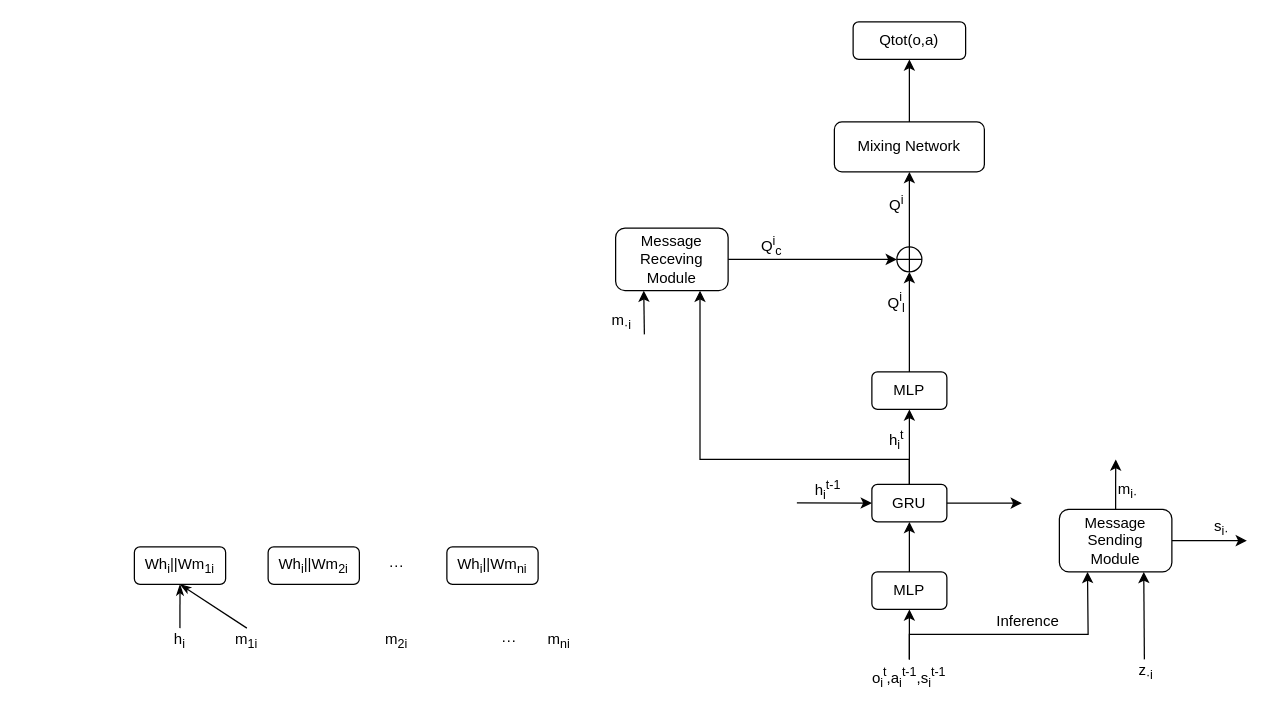
fan-zine/drawio keeps this draw.io diagram as network.drawio. Above is the earlier version. Source tidied: cells renumbered, new cells numbered last; positions are measured from the earlier drawing's top-left corner, leaving out a move shared by most shapes. Both pictures are drawn from the tidied source at 125%, with x=0, y=0 at pixel (134, 21).
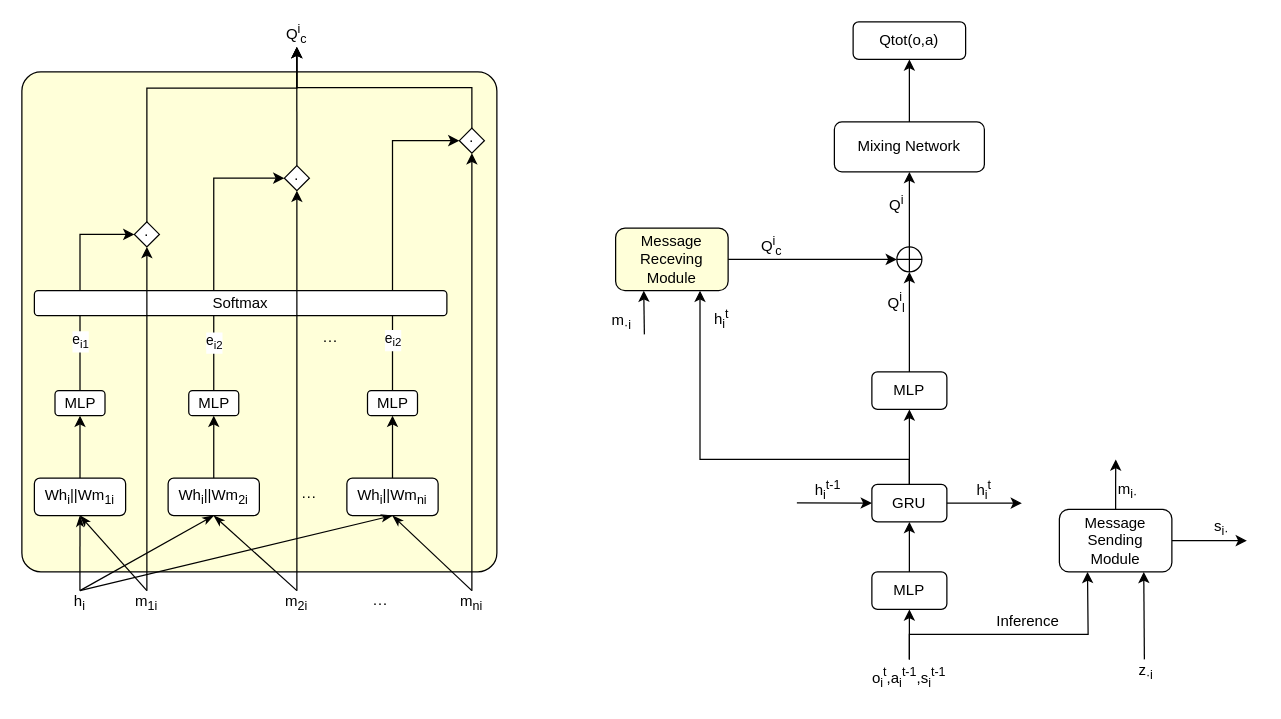
After the change.

Change to the diagram source:
```diff
@@
+    <mxCell id="47" style="rounded=1;whiteSpace=wrap;html=1;strokeColor=#000000;align=center;verticalAlign=middle;fontFamily=Helvetica;fontSize=12;fillColor=#ffffd9;shadow=0;glass=0;arcSize=4;" parent="1" vertex="1">
+      <mxGeometry x="-90" y="40" width="380" height="400" as="geometry" />
+    </mxCell>
+    <mxCell id="48" style="endArrow=classic;html=1;rounded=0;exitX=0.5;exitY=0;exitDx=0;exitDy=0;entryX=0;entryY=0.5;entryDx=0;entryDy=0;edgeStyle=orthogonalEdgeStyle;" parent="1" edge="1" source="62" target="69">
+      <mxGeometry relative="1" as="geometry" />
+    </mxCell>
+    <mxCell id="49" value="e&lt;sub&gt;i2&lt;/sub&gt;" style="edgeLabel;html=1;align=center;verticalAlign=middle;" parent="48" vertex="1">
+      <mxGeometry relative="1" as="geometry">
+        <mxPoint y="86" as="offset" />
+      </mxGeometry>
+    </mxCell>
+    <mxCell id="50" style="endArrow=classic;html=1;rounded=0;exitX=0.5;exitY=0;exitDx=0;exitDy=0;entryX=0;entryY=0.5;entryDx=0;entryDy=0;edgeStyle=orthogonalEdgeStyle;" parent="1" edge="1" source="61" target="71">
+      <mxGeometry relative="1" as="geometry" />
+    </mxCell>
+    <mxCell id="51" value="e&lt;sub&gt;i2&lt;/sub&gt;" style="edgeLabel;html=1;align=center;verticalAlign=middle;" parent="50" vertex="1">
+      <mxGeometry relative="1" as="geometry">
+        <mxPoint y="74" as="offset" />
+      </mxGeometry>
+    </mxCell>
@@
     <mxCell id="18" value="h&lt;sub&gt;i&lt;/sub&gt;" style="text;html=1;align=center;verticalAlign=middle;whiteSpace=wrap;rounded=0;" parent="1" vertex="1">
-      <mxGeometry x="28.2" y="485" width="16.5" height="20" as="geometry" />
+      <mxGeometry x="-51.8" y="455" width="16.5" height="20" as="geometry" />
     </mxCell>
@@
-    <mxCell id="24" value="Message&lt;br&gt;Receving&lt;br&gt;Module" style="rounded=1;whiteSpace=wrap;html=1;" parent="1" vertex="1">
+    <mxCell id="24" value="Message&lt;br&gt;Receving&lt;br&gt;Module" style="rounded=1;whiteSpace=wrap;html=1;fillColor=#ffffd9;" parent="1" vertex="1">
       <mxGeometry x="385" y="165" width="90" height="50" as="geometry" />
     </mxCell>
@@
     <mxCell id="26" value="h&lt;sub&gt;i&lt;/sub&gt;&lt;sup&gt;t&lt;/sup&gt;" style="text;html=1;align=center;verticalAlign=middle;whiteSpace=wrap;rounded=0;" parent="1" vertex="1">
-      <mxGeometry x="590" y="320" width="40" height="30" as="geometry" />
+      <mxGeometry x="460" y="225" width="20" height="25" as="geometry" />
     </mxCell>
@@
+    <mxCell id="52" style="edgeStyle=orthogonalEdgeStyle;rounded=0;jettySize=auto;html=1;exitX=0.5;exitY=0;exitDx=0;exitDy=0;entryX=0.5;entryY=1;entryDx=0;entryDy=0;" parent="1" edge="1" source="38" target="60">
+      <mxGeometry relative="1" as="geometry" />
+    </mxCell>
     <mxCell id="38" value="Wh&lt;sub&gt;i&lt;/sub&gt;||Wm&lt;sub&gt;1i&lt;/sub&gt;" style="rounded=1;whiteSpace=wrap;html=1;" parent="1" vertex="1">
-      <mxGeometry y="420" width="73" height="30" as="geometry" />
+      <mxGeometry x="-80" y="365" width="73" height="30" as="geometry" />
     </mxCell>
+    <mxCell id="53" style="edgeStyle=orthogonalEdgeStyle;rounded=0;jettySize=auto;html=1;exitX=0.5;exitY=0;exitDx=0;exitDy=0;entryX=0.5;entryY=1;entryDx=0;entryDy=0;" parent="1" edge="1" source="39" target="61">
+      <mxGeometry relative="1" as="geometry" />
+    </mxCell>
     <mxCell id="39" value="Wh&lt;sub&gt;i&lt;/sub&gt;||Wm&lt;sub&gt;2i&lt;/sub&gt;" style="rounded=1;whiteSpace=wrap;html=1;" parent="1" vertex="1">
-      <mxGeometry x="107" y="420" width="73" height="30" as="geometry" />
+      <mxGeometry x="27" y="365" width="73" height="30" as="geometry" />
     </mxCell>
+    <mxCell id="54" style="edgeStyle=orthogonalEdgeStyle;rounded=0;jettySize=auto;html=1;exitX=0.5;exitY=0;exitDx=0;exitDy=0;entryX=0.5;entryY=1;entryDx=0;entryDy=0;" parent="1" edge="1" source="40" target="62">
+      <mxGeometry relative="1" as="geometry" />
+    </mxCell>
     <mxCell id="40" value="Wh&lt;sub&gt;i&lt;/sub&gt;||Wm&lt;sub&gt;ni&lt;/sub&gt;" style="rounded=1;whiteSpace=wrap;html=1;" parent="1" vertex="1">
-      <mxGeometry x="250" y="420" width="73" height="30" as="geometry" />
+      <mxGeometry x="170" y="365" width="73" height="30" as="geometry" />
     </mxCell>
     <mxCell id="41" value="···" style="text;html=1;align=center;verticalAlign=middle;whiteSpace=wrap;rounded=0;" parent="1" vertex="1">
-      <mxGeometry x="180" y="425" width="60" height="20" as="geometry" />
+      <mxGeometry x="110" y="370" width="60" height="20" as="geometry" />
     </mxCell>
@@
     <mxCell id="43" value="m&lt;sub&gt;1i&lt;/sub&gt;" style="text;html=1;align=center;verticalAlign=middle;whiteSpace=wrap;rounded=0;" parent="1" vertex="1">
-      <mxGeometry x="80" y="485" width="20" height="20" as="geometry" />
+      <mxGeometry y="455" width="20" height="20" as="geometry" />
     </mxCell>
     <mxCell id="44" value="m&lt;sub&gt;2i&lt;/sub&gt;" style="text;html=1;align=center;verticalAlign=middle;whiteSpace=wrap;rounded=0;" parent="1" vertex="1">
-      <mxGeometry x="200" y="485" width="20" height="20" as="geometry" />
+      <mxGeometry x="120" y="455" width="20" height="20" as="geometry" />
     </mxCell>
     <mxCell id="45" value="···" style="text;html=1;align=center;verticalAlign=middle;whiteSpace=wrap;rounded=0;" parent="1" vertex="1">
-      <mxGeometry x="270" y="485" width="60" height="20" as="geometry" />
+      <mxGeometry x="166.5" y="455" width="60" height="20" as="geometry" />
     </mxCell>
+    <mxCell id="55" style="edgeStyle=orthogonalEdgeStyle;rounded=0;jettySize=auto;html=1;exitX=0.5;exitY=0;exitDx=0;exitDy=0;entryX=0.5;entryY=1;entryDx=0;entryDy=0;fontFamily=Helvetica;fontSize=12;fontColor=default;" parent="1" edge="1" source="46" target="69">
+      <mxGeometry relative="1" as="geometry" />
+    </mxCell>
     <mxCell id="46" value="m&lt;sub&gt;ni&lt;/sub&gt;" style="text;html=1;align=center;verticalAlign=middle;whiteSpace=wrap;rounded=0;" parent="1" vertex="1">
-      <mxGeometry x="330" y="485" width="20" height="20" as="geometry" />
+      <mxGeometry x="260" y="455" width="20" height="20" as="geometry" />
     </mxCell>
+    <mxCell id="56" style="rounded=0;jettySize=auto;html=1;exitX=0.5;exitY=0;exitDx=0;exitDy=0;entryX=0.5;entryY=1;entryDx=0;entryDy=0;endArrow=classicThin;endFill=1;" parent="1" edge="1" source="18" target="39">
+      <mxGeometry relative="1" as="geometry" />
+    </mxCell>
+    <mxCell id="57" style="rounded=0;jettySize=auto;html=1;exitX=0.5;exitY=0;exitDx=0;exitDy=0;entryX=0.5;entryY=1;entryDx=0;entryDy=0;endArrow=classicThin;endFill=1;" parent="1" edge="1" source="18" target="40">
+      <mxGeometry relative="1" as="geometry" />
+    </mxCell>
+    <mxCell id="58" style="rounded=0;jettySize=auto;html=1;entryX=0.5;entryY=1;entryDx=0;entryDy=0;endArrow=classicThin;endFill=1;exitX=0.5;exitY=0;exitDx=0;exitDy=0;" parent="1" edge="1" source="46" target="40">
+      <mxGeometry relative="1" as="geometry" />
+    </mxCell>
+    <mxCell id="59" style="rounded=0;jettySize=auto;html=1;exitX=0.5;exitY=0;exitDx=0;exitDy=0;entryX=0.5;entryY=1;entryDx=0;entryDy=0;endArrow=classicThin;endFill=1;" parent="1" edge="1" source="44" target="39">
+      <mxGeometry relative="1" as="geometry" />
+    </mxCell>
+    <mxCell id="60" value="MLP" style="rounded=1;whiteSpace=wrap;html=1;" parent="1" vertex="1">
+      <mxGeometry x="-63.5" y="295" width="40" height="20" as="geometry" />
+    </mxCell>
+    <mxCell id="61" value="MLP" style="rounded=1;whiteSpace=wrap;html=1;" parent="1" vertex="1">
+      <mxGeometry x="43.5" y="295" width="40" height="20" as="geometry" />
+    </mxCell>
+    <mxCell id="62" value="MLP" style="rounded=1;whiteSpace=wrap;html=1;" parent="1" vertex="1">
+      <mxGeometry x="186.5" y="295" width="40" height="20" as="geometry" />
+    </mxCell>
+    <mxCell id="63" style="endArrow=classic;html=1;rounded=0;exitX=0.5;exitY=0;exitDx=0;exitDy=0;entryX=0;entryY=0.5;entryDx=0;entryDy=0;edgeStyle=orthogonalEdgeStyle;" parent="1" edge="1" source="60" target="67">
+      <mxGeometry relative="1" as="geometry" />
+    </mxCell>
+    <mxCell id="64" value="e&lt;sub&gt;i1&lt;/sub&gt;" style="edgeLabel;html=1;align=center;verticalAlign=middle;" parent="63" vertex="1">
+      <mxGeometry relative="1" as="geometry">
+        <mxPoint y="44" as="offset" />
+      </mxGeometry>
+    </mxCell>
+    <mxCell id="65" value="Softmax" style="rounded=1;whiteSpace=wrap;html=1;" parent="1" vertex="1">
+      <mxGeometry x="-80" y="215" width="330" height="20" as="geometry" />
+    </mxCell>
+    <mxCell id="66" style="edgeStyle=orthogonalEdgeStyle;rounded=0;jettySize=auto;html=1;exitX=0.5;exitY=0;exitDx=0;exitDy=0;fontFamily=Helvetica;fontSize=12;fontColor=default;entryX=0.5;entryY=1;entryDx=0;entryDy=0;" parent="1" edge="1" target="76">
+      <mxGeometry relative="1" as="geometry">
+        <mxPoint x="10" y="163" as="sourcePoint" />
+        <Array as="points">
+          <mxPoint x="10" y="53" />
+          <mxPoint x="130" y="53" />
+        </Array>
+      </mxGeometry>
+    </mxCell>
+    <mxCell id="67" value="·" style="rhombus;whiteSpace=wrap;html=1;" parent="1" vertex="1">
+      <mxGeometry y="160" width="20" height="20" as="geometry" />
+    </mxCell>
+    <mxCell id="68" style="edgeStyle=orthogonalEdgeStyle;rounded=0;jettySize=auto;html=1;exitX=0.5;exitY=0;exitDx=0;exitDy=0;entryX=0.5;entryY=1;entryDx=0;entryDy=0;fontFamily=Helvetica;fontSize=12;fontColor=default;" parent="1" edge="1" source="69" target="76">
+      <mxGeometry relative="1" as="geometry" />
+    </mxCell>
+    <mxCell id="69" value="·" style="rhombus;whiteSpace=wrap;html=1;" parent="1" vertex="1">
+      <mxGeometry x="260" y="85" width="20" height="20" as="geometry" />
+    </mxCell>
+    <mxCell id="70" style="edgeStyle=orthogonalEdgeStyle;rounded=0;jettySize=auto;html=1;exitX=0.5;exitY=0;exitDx=0;exitDy=0;entryX=0.5;entryY=1;entryDx=0;entryDy=0;fontFamily=Helvetica;fontSize=12;fontColor=default;" parent="1" edge="1" source="71" target="76">
+      <mxGeometry relative="1" as="geometry" />
+    </mxCell>
+    <mxCell id="71" value="·" style="rhombus;whiteSpace=wrap;html=1;" parent="1" vertex="1">
+      <mxGeometry x="120" y="115" width="20" height="20" as="geometry" />
+    </mxCell>
+    <mxCell id="72" style="edgeStyle=orthogonalEdgeStyle;rounded=0;jettySize=auto;html=1;exitX=0.5;exitY=0;exitDx=0;exitDy=0;entryX=0.5;entryY=1;entryDx=0;entryDy=0;fontFamily=Helvetica;fontSize=12;fontColor=default;" parent="1" edge="1" source="43" target="67">
+      <mxGeometry relative="1" as="geometry" />
+    </mxCell>
+    <mxCell id="73" style="edgeStyle=orthogonalEdgeStyle;rounded=0;jettySize=auto;html=1;exitX=0.5;exitY=0;exitDx=0;exitDy=0;fontFamily=Helvetica;fontSize=12;fontColor=default;entryX=0.5;entryY=1;entryDx=0;entryDy=0;" parent="1" edge="1" source="44" target="71">
+      <mxGeometry relative="1" as="geometry" />
+    </mxCell>
+    <mxCell id="74" value="···" style="text;html=1;align=center;verticalAlign=middle;whiteSpace=wrap;rounded=0;" parent="1" vertex="1">
+      <mxGeometry x="126.5" y="245" width="60" height="20" as="geometry" />
+    </mxCell>
+    <mxCell id="75" value="h&lt;sub&gt;i&lt;/sub&gt;&lt;sup&gt;t&lt;/sup&gt;" style="text;html=1;align=center;verticalAlign=middle;whiteSpace=wrap;rounded=0;" parent="1" vertex="1">
+      <mxGeometry x="670" y="362.5" width="20" height="25" as="geometry" />
+    </mxCell>
+    <mxCell id="76" value="Q&lt;sup&gt;i&lt;/sup&gt;&lt;sub&gt;c&lt;/sub&gt;" style="text;html=1;align=center;verticalAlign=middle;whiteSpace=wrap;rounded=0;" parent="1" vertex="1">
+      <mxGeometry x="108.2" width="43.5" height="20" as="geometry" />
+    </mxCell>
```
